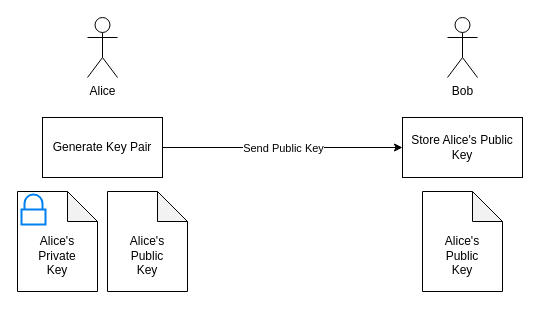
dwmkerr/effective-shell keeps this draw.io diagram as docs/06-advanced-techniques/31-the-secure-shell/diagrams/asymmetric-encryption.drawio. Above is the earlier version. Source tidied: cells renumbered, new cells numbered last; positions are measured from the earlier drawing's top-left corner, leaving out a move shared by most shapes. Both pictures are drawn from the tidied source at 100%, with x=0, y=0 at pixel (17, 17).
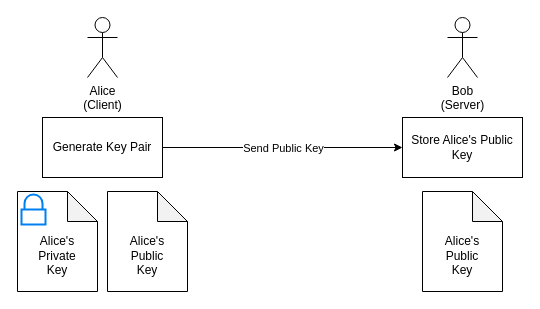
After the change.

Change to the diagram source:
```diff
@@
 <mxGraphModel>
   <root>
     <mxCell id="0" />
     <mxCell id="1" parent="0" />
     <mxCell id="2" value="&lt;br&gt;&lt;br&gt;Alice's&lt;br&gt;Private&lt;br&gt;Key" style="shape=note;whiteSpace=wrap;html=1;backgroundOutline=1;darkOpacity=0.05;" parent="1" vertex="1">
       <mxGeometry y="174" width="80" height="100" as="geometry" />
     </mxCell>
     <mxCell id="3" style="edgeStyle=orthogonalEdgeStyle;rounded=0;jettySize=auto;html=1;entryX=0;entryY=0.5;entryDx=0;entryDy=0;" parent="1" edge="1" source="5" target="7">
       <mxGeometry relative="1" as="geometry" />
     </mxCell>
     <mxCell id="4" value="Send Public Key" style="edgeLabel;html=1;align=center;verticalAlign=middle;" parent="3" vertex="1">
       <mxGeometry x="-0.11" relative="1" as="geometry">
         <mxPoint x="13" as="offset" />
       </mxGeometry>
     </mxCell>
     <mxCell id="5" value="Generate Key Pair" style="rounded=0;whiteSpace=wrap;html=1;spacingTop=0;spacingLeft=0;spacingBottom=0;spacing=5;" parent="1" vertex="1">
       <mxGeometry x="25" y="100" width="120" height="60" as="geometry" />
     </mxCell>
-    <mxCell id="6" value="Alice" style="shape=umlActor;verticalLabelPosition=bottom;verticalAlign=top;html=1;" parent="1" vertex="1">
+    <mxCell id="6" value="Alice&lt;br&gt;(Client)" style="shape=umlActor;verticalLabelPosition=bottom;verticalAlign=top;html=1;" parent="1" vertex="1">
       <mxGeometry x="70" width="30" height="60" as="geometry" />
     </mxCell>
     <mxCell id="7" value="Store Alice's Public Key" style="rounded=0;whiteSpace=wrap;html=1;spacingTop=0;spacingLeft=0;spacingBottom=0;spacing=5;" parent="1" vertex="1">
       <mxGeometry x="385" y="100" width="120" height="60" as="geometry" />
     </mxCell>
-    <mxCell id="8" value="Bob" style="shape=umlActor;verticalLabelPosition=bottom;verticalAlign=top;html=1;" parent="1" vertex="1">
+    <mxCell id="8" value="Bob&lt;br&gt;(Server)" style="shape=umlActor;verticalLabelPosition=bottom;verticalAlign=top;html=1;" parent="1" vertex="1">
       <mxGeometry x="430" width="30" height="60" as="geometry" />
     </mxCell>
     <mxCell id="9" style="html=1;verticalLabelPosition=bottom;align=center;labelBackgroundColor=#ffffff;verticalAlign=top;strokeWidth=2;strokeColor=#0080F0;shadow=0;dashed=0;shape=mxgraph.ios7.icons.locked;" parent="1" vertex="1">
       <mxGeometry x="4" y="177" width="24" height="30" as="geometry" />
     </mxCell>
     <mxCell id="10" value="&lt;br&gt;&lt;br&gt;Alice's&lt;br&gt;Public&lt;br&gt;Key" style="shape=note;whiteSpace=wrap;html=1;backgroundOutline=1;darkOpacity=0.05;" parent="1" vertex="1">
       <mxGeometry x="405" y="174" width="80" height="100" as="geometry" />
     </mxCell>
     <mxCell id="11" value="&lt;br&gt;&lt;br&gt;Alice's&lt;br&gt;Public&lt;br&gt;Key" style="shape=note;whiteSpace=wrap;html=1;backgroundOutline=1;darkOpacity=0.05;" parent="1" vertex="1">
       <mxGeometry x="90" y="174" width="80" height="100" as="geometry" />
     </mxCell>
   </root>
 </mxGraphModel>
```
